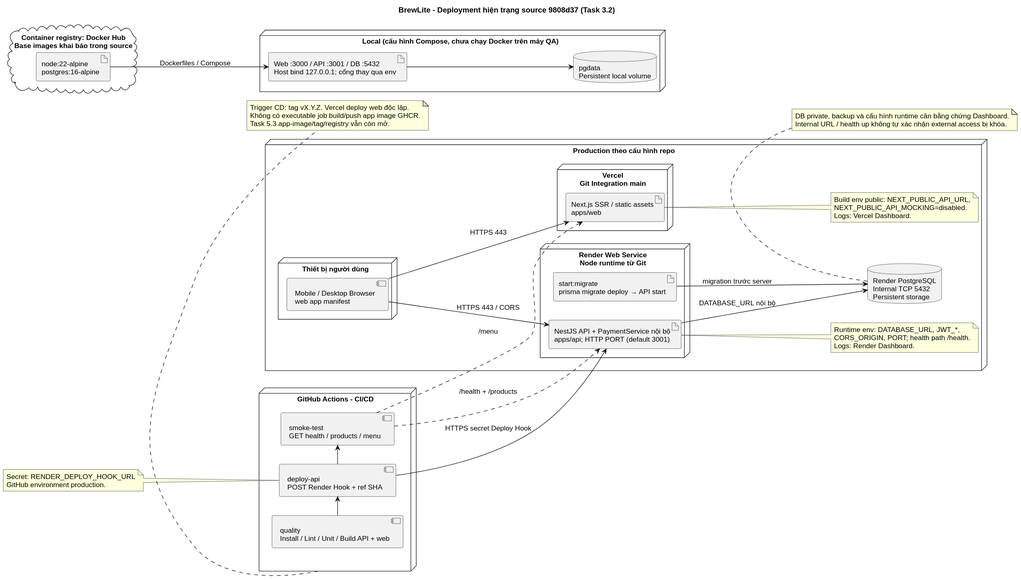
Nashando/BrewLite-SWE-project keeps this PlantUML diagram as docs/diagrams/deployment-diagram.svg. Above is the earlier version.
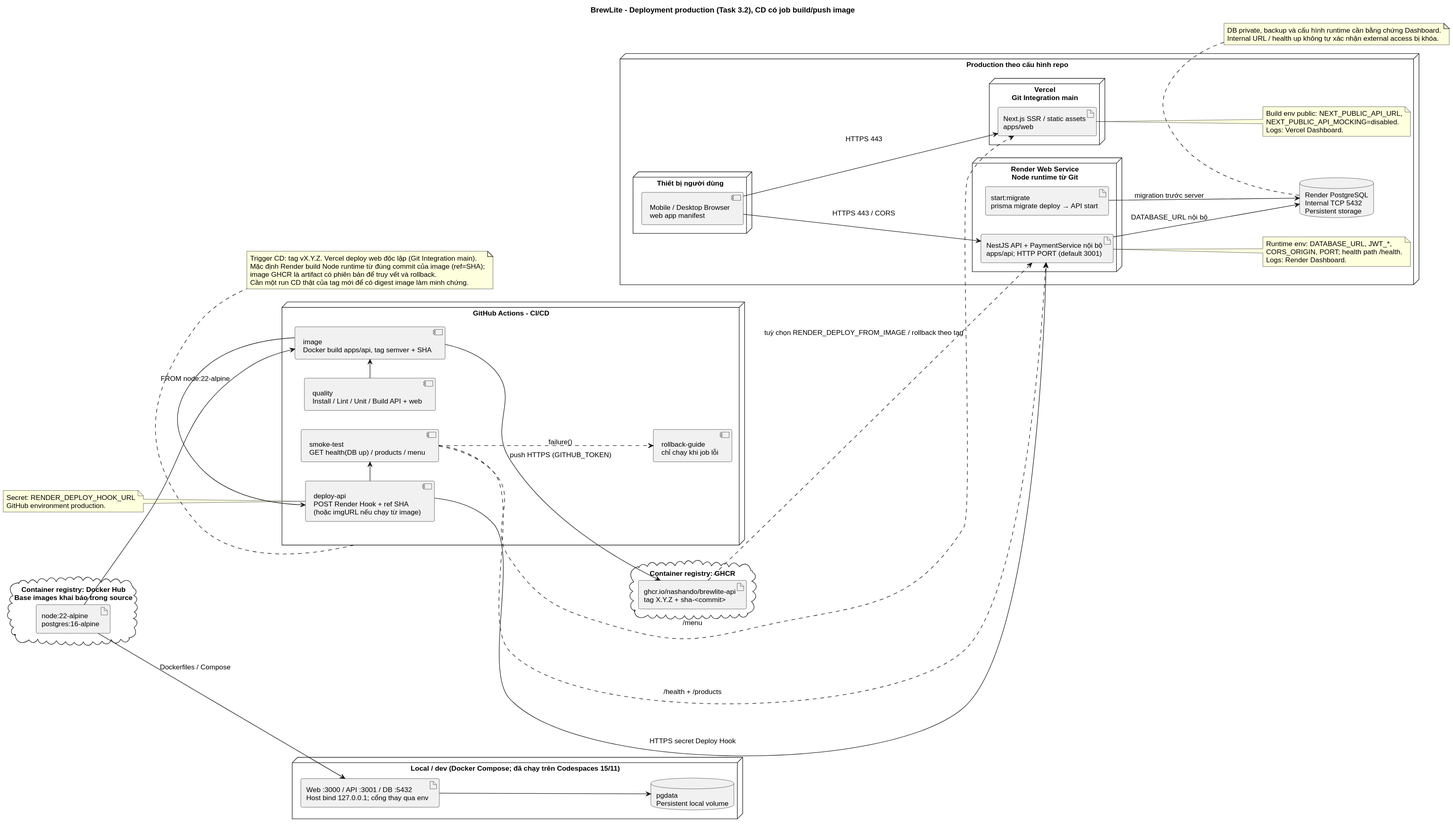
Above is the later version.

Commit message:
docs: đồng bộ ADR 007, kiến trúc, sơ đồ triển khai và truy vết với CD mới

What changed in the source:
```diff
@@ -1,5 +1,5 @@
 @startuml
-title BrewLite - Deployment hiện trạng source 9808d37 (Task 3.2)
+title BrewLite - Deployment production (Task 3.2), CD có job build/push image
 left to right direction
 skinparam shadowing false
 skinparam defaultFontName Arial
@@ -8,16 +8,23 @@
 cloud "Container registry: Docker Hub\nBase images khai báo trong source" as registry {
   artifact "node:22-alpine\npostgres:16-alpine" as baseimages
 }
-node "Local (cấu hình Compose, chưa chạy Docker trên máy QA)" {
+cloud "Container registry: GHCR" as ghcr {
+  artifact "ghcr.io/nashando/brewlite-api\ntag X.Y.Z + sha-<commit>" as appimage
+}
+node "Local / dev (Docker Compose; đã chạy trên Codespaces 15/11)" {
   artifact "Web :3000 / API :3001 / DB :5432\nHost bind 127.0.0.1; cổng thay qua env" as localapps
   database "pgdata\nPersistent local volume" as localdata
 }
 node "GitHub Actions - CI/CD" as ci {
   component "quality\nInstall / Lint / Unit / Build API + web" as quality
-  component "deploy-api\nPOST Render Hook + ref SHA" as deploy
-  component "smoke-test\nGET health / products / menu" as smoke
-  quality -right-> deploy
+  component "image\nDocker build apps/api, tag semver + SHA" as image
+  component "deploy-api\nPOST Render Hook + ref SHA\n(hoặc imgURL nếu chạy từ image)" as deploy
+  component "smoke-test\nGET health(DB up) / products / menu" as smoke
+  component "rollback-guide\nchỉ chạy khi job lỗi" as rollback
+  quality -right-> image
+  image -right-> deploy
   deploy -right-> smoke
+  smoke ..> rollback : failure()
 }
 node "Production theo cấu hình repo" {
   node "Thiết bị người dùng" {
@@ -47,6 +54,9 @@
   end note
 }
 baseimages --> localapps : Dockerfiles / Compose
+baseimages --> image : FROM node:22-alpine
+image --> appimage : push HTTPS (GITHUB_TOKEN)
+appimage ..> api : tuỳ chọn RENDER_DEPLOY_FROM_IMAGE / rollback theo tag
 localapps --> localdata
 deploy --> api : HTTPS secret Deploy Hook
 smoke ..> api : /health + /products
@@ -56,9 +66,10 @@
   GitHub environment production.
 end note
 note bottom of ci
-  Trigger CD: tag vX.Y.Z. Vercel deploy web độc lập.
-  Không có executable job build/push app image GHCR.
-  Task 5.3 app-image/tag/registry vẫn còn mở.
+  Trigger CD: tag vX.Y.Z. Vercel deploy web độc lập (Git Integration main).
+  Mặc định Render build Node runtime từ đúng commit của image (ref=SHA);
+  image GHCR là artifact có phiên bản để truy vết và rollback.
+  Cần một run CD thật của tag mới để có digest image làm minh chứng.
 end note
 note bottom of db
   DB private, backup và cấu hình runtime cần bằng chứng Dashboard.
```
